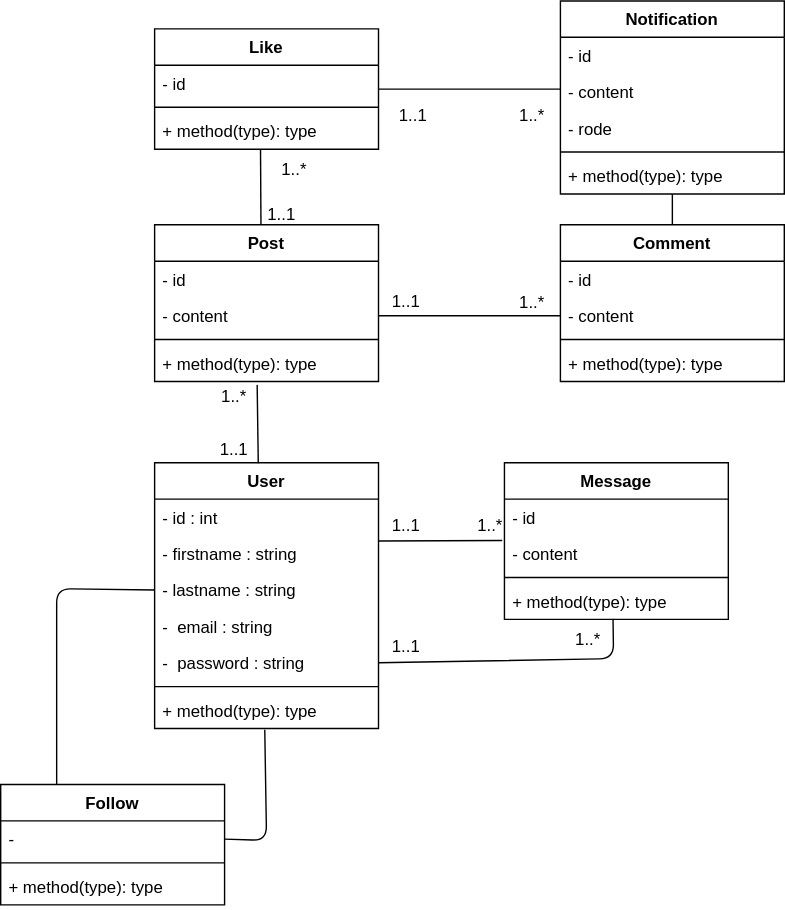
Earlier version of the draw.io export Conception/DCLASSE.drawio.svg (abdelalicode/Youconnect). Source tidied: cells renumbered, new cells last; positions are measured from the earlier drawing's top-left corner, leaving out a move shared by most shapes.
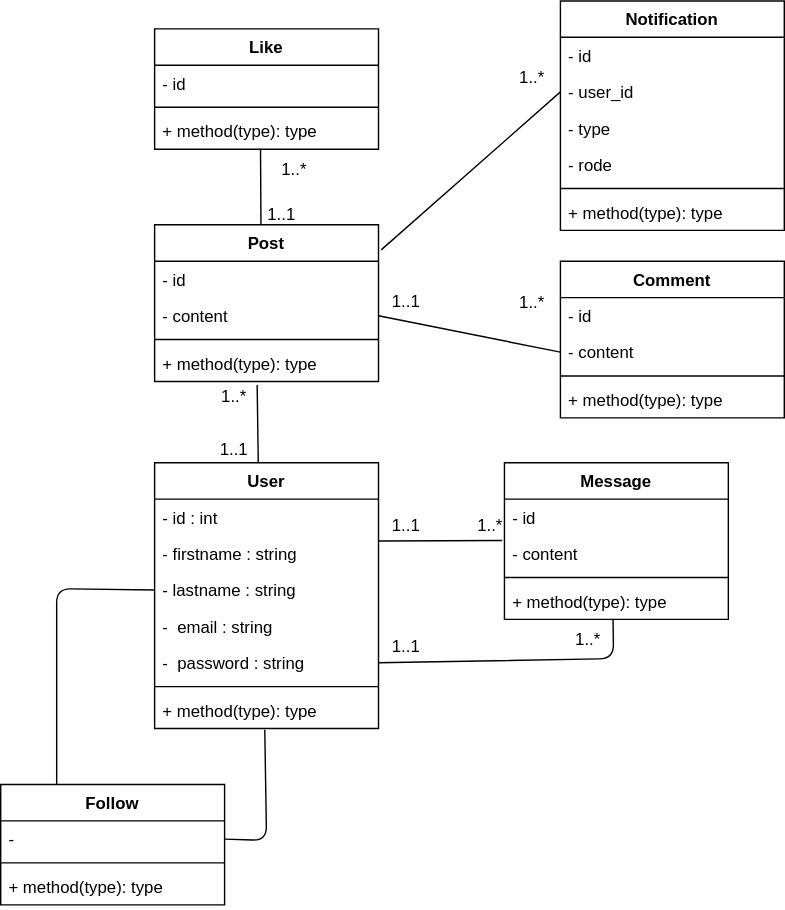
The same diagram one commit later.

Diff of the diagram source:
```diff
@@ -30,7 +30,7 @@
       <mxGeometry y="60" width="160" height="26" as="geometry" />
     </mxCell>
     <mxCell id="11" value="Comment" style="swimlane;fontStyle=1;align=center;verticalAlign=top;horizontal=1;startSize=26;" parent="1" vertex="1">
-      <mxGeometry x="400" y="160" width="160" height="112" as="geometry" />
+      <mxGeometry x="400" y="186" width="160" height="112" as="geometry" />
     </mxCell>
     <mxCell id="12" value="- id" style="text;strokeColor=none;fillColor=none;align=left;verticalAlign=top;spacingLeft=4;spacingRight=4;overflow=hidden;" parent="11" vertex="1">
       <mxGeometry y="26" width="160" height="26" as="geometry" />
@@ -163,34 +163,31 @@
       <mxGeometry x="260" y="452" width="60" height="20" as="geometry" />
     </mxCell>
     <mxCell id="50" value="Notification" style="swimlane;fontStyle=1;align=center;verticalAlign=top;horizontal=1;startSize=26;" parent="1" vertex="1">
-      <mxGeometry x="400" width="160" height="138" as="geometry" />
+      <mxGeometry x="400" width="160" height="164" as="geometry" />
     </mxCell>
     <mxCell id="51" value="- id" style="text;strokeColor=none;fillColor=none;align=left;verticalAlign=top;spacingLeft=4;spacingRight=4;overflow=hidden;" parent="50" vertex="1">
       <mxGeometry y="26" width="160" height="26" as="geometry" />
     </mxCell>
-    <mxCell id="52" value="- content" style="text;strokeColor=none;fillColor=none;align=left;verticalAlign=top;spacingLeft=4;spacingRight=4;overflow=hidden;points=[[0,0.5],[1,0.5]];portConstraint=eastwest;" parent="50" vertex="1">
+    <mxCell id="52" value="- user_id" style="text;strokeColor=none;fillColor=none;align=left;verticalAlign=top;spacingLeft=4;spacingRight=4;overflow=hidden;points=[[0,0.5],[1,0.5]];portConstraint=eastwest;" parent="50" vertex="1">
       <mxGeometry y="52" width="160" height="26" as="geometry" />
     </mxCell>
+    <mxCell id="60" value="- type" style="text;strokeColor=none;fillColor=none;align=left;verticalAlign=top;spacingLeft=4;spacingRight=4;overflow=hidden;" parent="50" vertex="1">
+      <mxGeometry y="78" width="160" height="26" as="geometry" />
+    </mxCell>
     <mxCell id="53" value="- rode" style="text;strokeColor=none;fillColor=none;align=left;verticalAlign=top;spacingLeft=4;spacingRight=4;overflow=hidden;" parent="50" vertex="1">
-      <mxGeometry y="78" width="160" height="26" as="geometry" />
+      <mxGeometry y="104" width="160" height="26" as="geometry" />
     </mxCell>
     <mxCell id="54" style="line;strokeWidth=1;fillColor=none;align=left;verticalAlign=middle;spacingTop=-1;spacingLeft=3;spacingRight=3;labelPosition=right;strokeColor=inherit;" parent="50" vertex="1">
-      <mxGeometry y="104" width="160" height="8" as="geometry" />
+      <mxGeometry y="130" width="160" height="8" as="geometry" />
     </mxCell>
     <mxCell id="55" value="+ method(type): type" style="text;strokeColor=none;fillColor=none;align=left;verticalAlign=top;spacingLeft=4;spacingRight=4;overflow=hidden;points=[[0,0.5],[1,0.5]];portConstraint=eastwest;" parent="50" vertex="1">
-      <mxGeometry y="112" width="160" height="26" as="geometry" />
+      <mxGeometry y="138" width="160" height="26" as="geometry" />
     </mxCell>
-    <mxCell id="56" style="line;strokeWidth=1;fillColor=none;align=left;verticalAlign=middle;spacingTop=-1;spacingLeft=3;spacingRight=3;labelPosition=right;strokeColor=inherit;" parent="1" vertex="1">
-      <mxGeometry x="270" y="59" width="130" height="8" as="geometry" />
-    </mxCell>
-    <mxCell id="57" style="endArrow=none;html=1;" parent="1" edge="1" source="11" target="55">
-      <mxGeometry relative="1" as="geometry" />
-    </mxCell>
+    <mxCell id="61" style="endArrow=none;html=1;entryX=0;entryY=0.5;entryDx=0;entryDy=0;exitX=1.012;exitY=0.16;exitDx=0;exitDy=0;exitPerimeter=0;" parent="1" edge="1" source="2" target="52">
+      <mxGeometry relative="1" as="geometry" />
+    </mxCell>
     <mxCell id="58" value="1..*" style="text;html=1;strokeColor=none;fillColor=none;align=center;verticalAlign=middle;whiteSpace=wrap;rounded=0;" parent="1" vertex="1">
-      <mxGeometry x="350" y="67" width="60" height="30" as="geometry" />
+      <mxGeometry x="350" y="40" width="60" height="30" as="geometry" />
     </mxCell>
-    <mxCell id="59" value="1..1" style="text;html=1;strokeColor=none;fillColor=none;align=center;verticalAlign=middle;whiteSpace=wrap;rounded=0;" parent="1" vertex="1">
-      <mxGeometry x="265" y="67" width="60" height="30" as="geometry" />
-    </mxCell>
   </root>
 </mxGraphModel>
```
